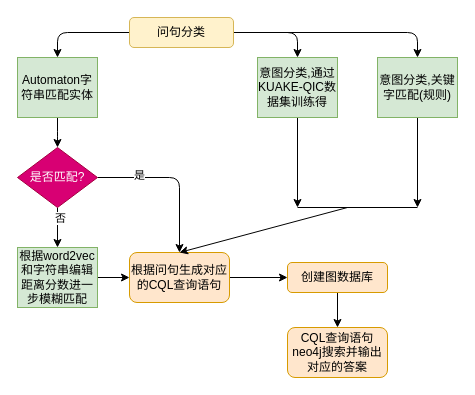
Earlier version of the draw.io diagram K_demo/基于知识图谱的医药问答系统/项目逻辑_help.drawio (dcdmm/MLBase). Source tidied: cells renumbered, new cells numbered last; positions are measured from the earlier drawing's top-left corner, leaving out a move shared by most shapes. Both pictures are drawn from the tidied source at 100%, with x=0, y=0 at pixel (17, 17).
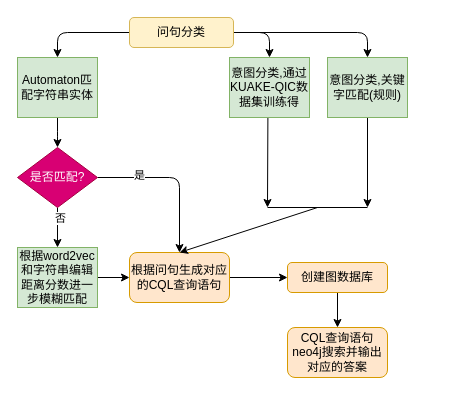
The same page after the edit.

The change refers to these unchanged cells:
```xml
<mxCell id="7" value="问句分类" style="rounded=1;whiteSpace=wrap;html=1;fillColor=#fff2cc;strokeColor=#d6b656;" parent="1" vertex="1">
  <mxGeometry x="112" width="104" height="30" as="geometry" />
</mxCell>
<mxCell id="9" value="根据问句生成对应的CQL查询语句" style="rounded=1;whiteSpace=wrap;html=1;fillColor=#ffe6cc;strokeColor=#d79b00;" parent="1" vertex="1">
  <mxGeometry x="112" y="235" width="100" height="50" as="geometry" />
</mxCell>
```

What changed in the source:
```diff
@@
-    <mxCell id="5" style="edgeStyle=orthogonalEdgeStyle;html=1;entryX=0.5;entryY=0;entryDx=0;entryDy=0;" parent="1" edge="1" target="12">
-      <mxGeometry relative="1" as="geometry">
-        <mxPoint x="220" y="15" as="sourcePoint" />
-        <Array as="points">
-          <mxPoint x="280" y="15" />
-        </Array>
-      </mxGeometry>
-    </mxCell>
@@
+    <mxCell id="26" style="edgeStyle=orthogonalEdgeStyle;html=1;entryX=0.5;entryY=0;entryDx=0;entryDy=0;exitX=1;exitY=0.5;exitDx=0;exitDy=0;" parent="1" edge="1" source="7" target="12">
+      <mxGeometry relative="1" as="geometry" />
+    </mxCell>
@@
-    <mxCell id="11" style="edgeStyle=none;html=1;" parent="1" edge="1" source="12">
+    <mxCell id="11" style="edgeStyle=none;html=1;exitX=0.48;exitY=1.004;exitDx=0;exitDy=0;exitPerimeter=0;" parent="1" edge="1" source="12">
       <mxGeometry relative="1" as="geometry">
-        <mxPoint x="280" y="190" as="targetPoint" />
+        <mxPoint x="250" y="190" as="targetPoint" />
       </mxGeometry>
     </mxCell>
     <mxCell id="12" value="意图分类,通过KUAKE-QIC数据集训练得" style="whiteSpace=wrap;html=1;fillColor=#d5e8d4;strokeColor=#82b366;" parent="1" vertex="1">
-      <mxGeometry x="240" y="40" width="80" height="60" as="geometry" />
+      <mxGeometry x="212" y="40" width="80" height="60" as="geometry" />
     </mxCell>
     <mxCell id="13" style="edgeStyle=none;html=1;" parent="1" edge="1" source="14">
       <mxGeometry relative="1" as="geometry">
-        <mxPoint x="400" y="190" as="targetPoint" />
+        <mxPoint x="350" y="190" as="targetPoint" />
       </mxGeometry>
     </mxCell>
     <mxCell id="14" value="意图分类,关键字匹配(规则)" style="whiteSpace=wrap;html=1;fillColor=#d5e8d4;strokeColor=#82b366;" parent="1" vertex="1">
-      <mxGeometry x="360" y="40" width="80" height="60" as="geometry" />
+      <mxGeometry x="310" y="40" width="80" height="60" as="geometry" />
     </mxCell>
@@
-    <mxCell id="16" value="Automaton字符串匹配实体" style="whiteSpace=wrap;html=1;fillColor=#d5e8d4;strokeColor=#82b366;" parent="1" vertex="1">
+    <mxCell id="16" value="Automaton匹配字符串实体" style="whiteSpace=wrap;html=1;fillColor=#d5e8d4;strokeColor=#82b366;" parent="1" vertex="1">
       <mxGeometry y="40" width="80" height="60" as="geometry" />
     </mxCell>
@@
     <mxCell id="22" style="endArrow=none;html=1;" parent="1" edge="1">
       <mxGeometry relative="1" as="geometry">
-        <mxPoint x="280" y="190" as="sourcePoint" />
-        <mxPoint x="400" y="190" as="targetPoint" />
+        <mxPoint x="250" y="190" as="sourcePoint" />
+        <mxPoint x="350" y="190" as="targetPoint" />
       </mxGeometry>
     </mxCell>
     <mxCell id="23" style="endArrow=classic;html=1;elbow=vertical;entryX=0.5;entryY=0;entryDx=0;entryDy=0;" parent="1" edge="1" target="9">
       <mxGeometry relative="1" as="geometry">
-        <mxPoint x="330" y="190" as="sourcePoint" />
+        <mxPoint x="300" y="190" as="sourcePoint" />
       </mxGeometry>
     </mxCell>
```
